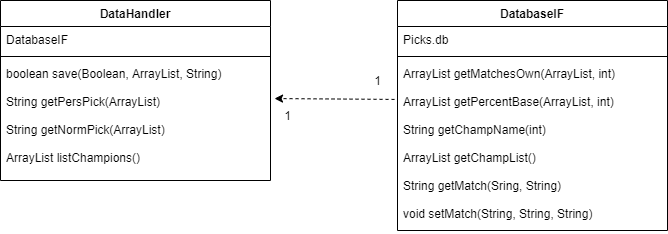
Before: Dokumentaatio/Kuvat/kuva2.png, a diagram exported from draw.io (EgoTastic/LeagueCounterPicker). Source tidied: cells renumbered, new cells last; positions are measured from the earlier drawing's top-left corner, leaving out a move shared by most shapes.
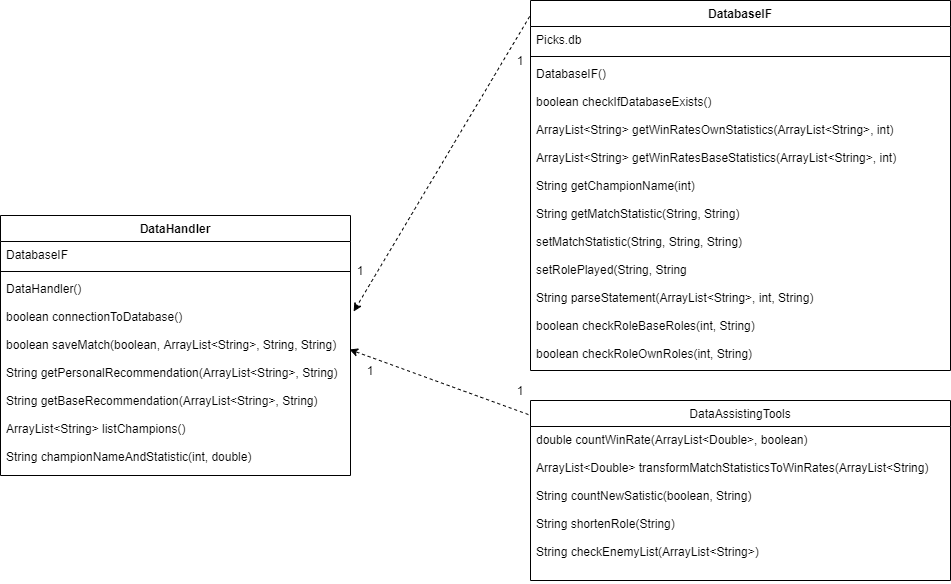
After the commit.

The edit, as a diff of the source:
```diff
@@ -1,39 +1,54 @@
-<mxGraphModel background="#ffffff">
+<mxGraphModel>
   <root>
     <mxCell id="0" />
     <mxCell id="1" parent="0" />
-    <mxCell id="2" value="DataHandler" style="swimlane;fontStyle=1;align=center;verticalAlign=top;horizontal=1;startSize=26;" parent="1" vertex="1">
-      <mxGeometry width="270" height="180" as="geometry" />
+    <mxCell id="2" value="DataHandler" style="swimlane;fontStyle=1;align=center;verticalAlign=top;horizontal=1;startSize=26;fontSize=12;" parent="1" vertex="1">
+      <mxGeometry x="90" y="-545" width="350" height="260" as="geometry" />
     </mxCell>
     <mxCell id="3" value="DatabaseIF" style="text;strokeColor=none;fillColor=none;align=left;verticalAlign=top;spacingLeft=4;spacingRight=4;overflow=hidden;" parent="2" vertex="1">
-      <mxGeometry y="26" width="270" height="26" as="geometry" />
+      <mxGeometry y="26" width="350" height="26" as="geometry" />
     </mxCell>
     <mxCell id="4" style="line;strokeWidth=1;fillColor=none;align=left;verticalAlign=middle;spacingTop=-1;spacingLeft=3;spacingRight=3;labelPosition=right;" parent="2" vertex="1">
-      <mxGeometry y="52" width="270" height="8" as="geometry" />
+      <mxGeometry y="52" width="350" height="8" as="geometry" />
     </mxCell>
-    <mxCell id="5" value="boolean save(Boolean, ArrayList, String)&#10;&#10;String getPersPick(ArrayList)&#10;&#10;String getNormPick(ArrayList)&#10;&#10;ArrayList listChampions()" style="text;strokeColor=none;fillColor=none;align=left;verticalAlign=top;spacingLeft=4;spacingRight=4;overflow=hidden;points=[[0,0.5],[1,0.5]];portConstraint=eastwest;" parent="2" vertex="1">
-      <mxGeometry y="60" width="270" height="120" as="geometry" />
+    <mxCell id="5" value="DataHandler()&#10;&#10;boolean connectionToDatabase()&#10;&#10;boolean saveMatch(boolean, ArrayList&lt;String&gt;, String, String)&#10;&#10;String getPersonalRecommendation(ArrayList&lt;String&gt;, String)&#10;&#10;String getBaseRecommendation(ArrayList&lt;String&gt;, String)&#10;&#10;ArrayList&lt;String&gt; listChampions()&#10;&#10;String championNameAndStatistic(int, double)" style="text;strokeColor=none;fillColor=none;align=left;verticalAlign=top;spacingLeft=4;spacingRight=4;overflow=hidden;points=[[0,0.5],[1,0.5]];portConstraint=eastwest;" parent="2" vertex="1">
+      <mxGeometry y="60" width="350" height="200" as="geometry" />
     </mxCell>
-    <mxCell id="6" value="DatabaseIF&#10;" style="swimlane;fontStyle=1;align=center;verticalAlign=top;horizontal=1;startSize=26;" parent="1" vertex="1">
-      <mxGeometry x="397" width="270" height="230" as="geometry" />
+    <mxCell id="6" value="DatabaseIF" style="swimlane;fontStyle=1;align=center;verticalAlign=top;horizontal=1;startSize=26;fontSize=12;" parent="1" vertex="1">
+      <mxGeometry x="620" y="-760" width="420" height="370" as="geometry" />
     </mxCell>
     <mxCell id="7" value="Picks.db" style="text;strokeColor=none;fillColor=none;align=left;verticalAlign=top;spacingLeft=4;spacingRight=4;overflow=hidden;" parent="6" vertex="1">
-      <mxGeometry y="26" width="270" height="26" as="geometry" />
+      <mxGeometry y="26" width="420" height="26" as="geometry" />
     </mxCell>
     <mxCell id="8" style="line;strokeWidth=1;fillColor=none;align=left;verticalAlign=middle;spacingTop=-1;spacingLeft=3;spacingRight=3;labelPosition=right;" parent="6" vertex="1">
-      <mxGeometry y="52" width="270" height="8" as="geometry" />
+      <mxGeometry y="52" width="420" height="8" as="geometry" />
     </mxCell>
-    <mxCell id="9" value="ArrayList getMatchesOwn(ArrayList, int)&#10;&#10;ArrayList getPercentBase(ArrayList, int)&#10;&#10;String getChampName(int)&#10;&#10;ArrayList getChampList()&#10;&#10;String getMatch(Sring, String)&#10;&#10;void setMatch(String, String, String)" style="text;strokeColor=none;fillColor=none;align=left;verticalAlign=top;spacingLeft=4;spacingRight=4;overflow=hidden;points=[[0,0.5],[1,0.5]];portConstraint=eastwest;" parent="6" vertex="1">
-      <mxGeometry y="60" width="270" height="170" as="geometry" />
+    <mxCell id="9" value="DatabaseIF()&#10;&#10;boolean checkIfDatabaseExists()&#10;&#10;ArrayList&lt;String&gt; getWinRatesOwnStatistics(ArrayList&lt;String&gt;, int)&#10;&#10;ArrayList&lt;String&gt; getWinRatesBaseStatistics(ArrayList&lt;String&gt;, int)&#10;&#10;String getChampionName(int)&#10;&#10;String getMatchStatistic(String, String)&#10;&#10;setMatchStatistic(String, String, String)&#10;&#10;setRolePlayed(String, String&#10;&#10;String parseStatement(ArrayList&lt;String&gt;, int, String)&#10;&#10;boolean checkRoleBaseRoles(int, String)&#10;&#10;boolean checkRoleOwnRoles(int, String)" style="text;strokeColor=none;fillColor=none;align=left;verticalAlign=top;spacingLeft=4;spacingRight=4;overflow=hidden;points=[[0,0.5],[1,0.5]];portConstraint=eastwest;" parent="6" vertex="1">
+      <mxGeometry y="60" width="420" height="310" as="geometry" />
     </mxCell>
-    <mxCell id="10" style="endArrow=classic;html=1;dashed=1;exitX=-0.011;exitY=0.229;exitDx=0;exitDy=0;exitPerimeter=0;entryX=1.015;entryY=0.317;entryDx=0;entryDy=0;entryPerimeter=0;" parent="1" edge="1" source="9" target="5">
-      <mxGeometry relative="1" as="geometry" />
+    <mxCell id="10" value="DataAssistingTools" style="swimlane;fontStyle=0;horizontal=1;startSize=26;fillColor=none;fontSize=12;" parent="1" vertex="1">
+      <mxGeometry x="620" y="-360" width="420" height="180" as="geometry" />
     </mxCell>
-    <mxCell id="11" value="1" style="text;html=1;strokeColor=none;fillColor=none;align=center;verticalAlign=middle;whiteSpace=wrap;rounded=0;" parent="1" vertex="1">
-      <mxGeometry x="370" y="70" width="15" height="20" as="geometry" />
+    <mxCell id="11" value="double countWinRate(ArrayList&lt;Double&gt;, boolean)&#10;&#10;ArrayList&lt;Double&gt; transformMatchStatisticsToWinRates(ArrayList&lt;String)&#10;&#10;String countNewSatistic(boolean, String)&#10;&#10;String shortenRole(String)&#10;&#10;String checkEnemyList(ArrayList&lt;String&gt;)" style="text;strokeColor=none;fillColor=none;align=left;verticalAlign=top;spacingLeft=4;spacingRight=4;overflow=hidden;" parent="10" vertex="1">
+      <mxGeometry y="26" width="420" height="154" as="geometry" />
     </mxCell>
-    <mxCell id="12" value="1" style="text;html=1;strokeColor=none;fillColor=none;align=center;verticalAlign=middle;whiteSpace=wrap;rounded=0;" parent="1" vertex="1">
-      <mxGeometry x="280" y="105" width="15" height="20" as="geometry" />
+    <mxCell id="12" style="endArrow=classic;html=1;fontSize=12;dashed=1;entryX=1.009;entryY=0.18;entryDx=0;entryDy=0;entryPerimeter=0;exitX=-0.002;exitY=0.043;exitDx=0;exitDy=0;exitPerimeter=0;" parent="1" edge="1" source="6" target="5">
+      <mxGeometry relative="1" as="geometry" />
     </mxCell>
+    <mxCell id="13" style="endArrow=classic;html=1;fontSize=12;dashed=1;entryX=0.997;entryY=0.37;entryDx=0;entryDy=0;entryPerimeter=0;exitX=-0.005;exitY=0.078;exitDx=0;exitDy=0;exitPerimeter=0;" parent="1" edge="1" source="10" target="5">
+      <mxGeometry relative="1" as="geometry" />
+    </mxCell>
+    <mxCell id="14" value="1" style="text;html=1;strokeColor=none;fillColor=none;align=center;verticalAlign=middle;whiteSpace=wrap;rounded=0;fontSize=12;" parent="1" vertex="1">
+      <mxGeometry x="590" y="-710" width="40" height="20" as="geometry" />
+    </mxCell>
+    <mxCell id="15" value="1" style="text;html=1;strokeColor=none;fillColor=none;align=center;verticalAlign=middle;whiteSpace=wrap;rounded=0;fontSize=12;" parent="1" vertex="1">
+      <mxGeometry x="430" y="-500" width="40" height="20" as="geometry" />
+    </mxCell>
+    <mxCell id="16" value="1" style="text;html=1;strokeColor=none;fillColor=none;align=center;verticalAlign=middle;whiteSpace=wrap;rounded=0;fontSize=12;" parent="1" vertex="1">
+      <mxGeometry x="440" y="-400" width="40" height="20" as="geometry" />
+    </mxCell>
+    <mxCell id="17" value="1" style="text;html=1;strokeColor=none;fillColor=none;align=center;verticalAlign=middle;whiteSpace=wrap;rounded=0;fontSize=12;" parent="1" vertex="1">
+      <mxGeometry x="590" y="-380" width="40" height="20" as="geometry" />
+    </mxCell>
   </root>
 </mxGraphModel>
```
